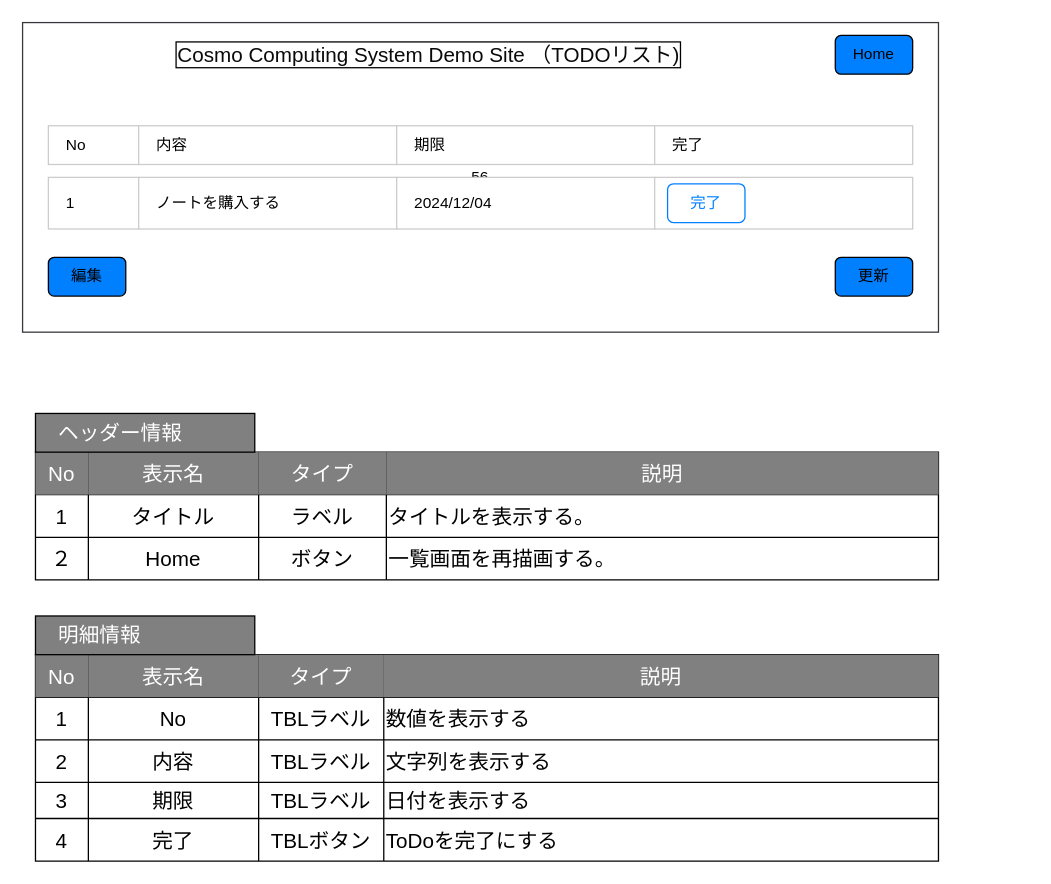
Above: design-document/一覧画面.drawio in next-fire-starter/webdocs (draw.io), before the change. Source tidied: cells renumbered, new cells numbered last; positions are measured from the earlier drawing's top-left corner, leaving out a move shared by most shapes. Both pictures are drawn from the tidied source at 129%, with x=0, y=0 at pixel (22, 22).
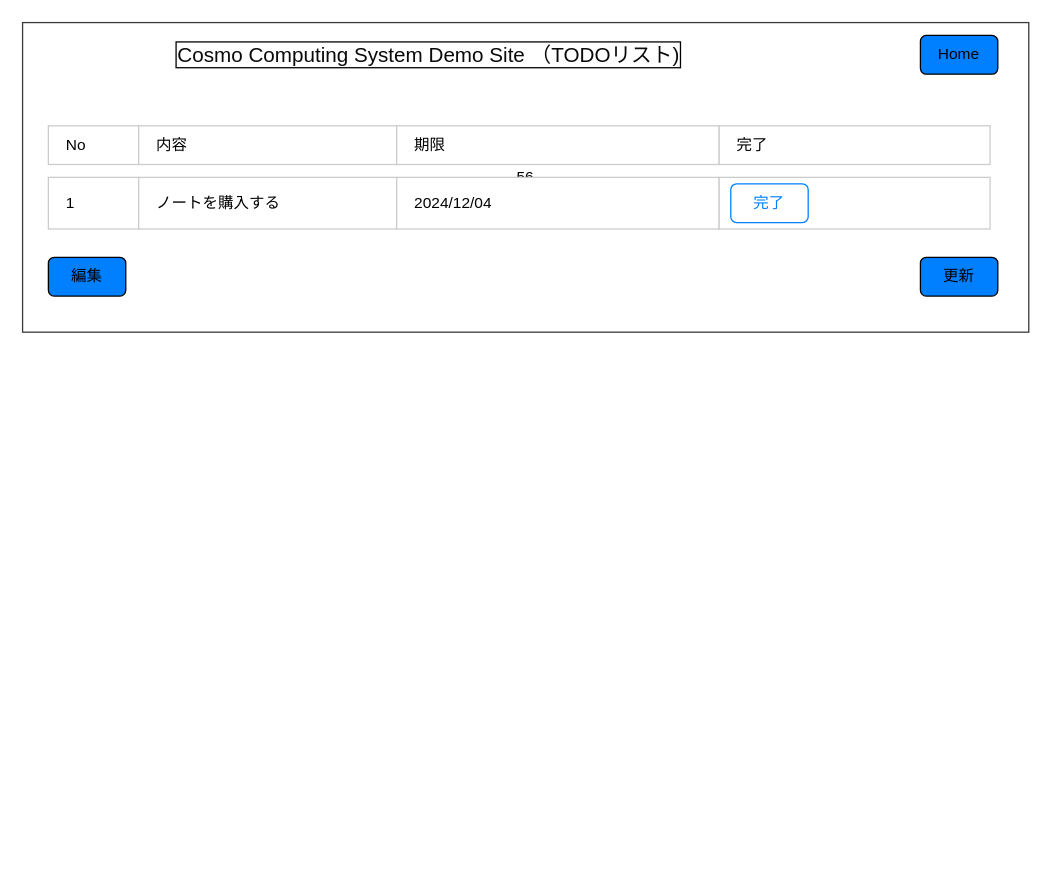
Above is the later version.

The edit, as a diff of the source:
```diff
@@
     <mxCell id="2" value="56" style="rounded=0;whiteSpace=wrap;html=1;fillColor=#FFFFFF;strokeColor=#36393d;" parent="1" vertex="1">
-      <mxGeometry width="710" height="240" as="geometry" />
+      <mxGeometry width="780" height="240" as="geometry" />
     </mxCell>
@@
     <mxCell id="4" value="Home" style="rounded=1;whiteSpace=wrap;html=1;fillColor=#007FFF;" parent="1" vertex="1">
-      <mxGeometry x="630" y="10" width="60" height="30" as="geometry" />
+      <mxGeometry x="696" y="10" width="60" height="30" as="geometry" />
     </mxCell>
@@
     <mxCell id="6" value="　期限" style="rounded=0;whiteSpace=wrap;html=1;align=left;fillColor=#FFFFFF;fontColor=#000000;strokeColor=#CCCCCC;" parent="1" vertex="1">
-      <mxGeometry x="290" y="80" width="200" height="30" as="geometry" />
+      <mxGeometry x="290" y="80" width="250" height="30" as="geometry" />
     </mxCell>
     <mxCell id="7" value="　完了" style="rounded=0;whiteSpace=wrap;html=1;align=left;fillColor=#FFFFFF;fontColor=#000000;strokeColor=#CCCCCC;" parent="1" vertex="1">
-      <mxGeometry x="490" y="80" width="200" height="30" as="geometry" />
+      <mxGeometry x="540" y="80" width="210" height="30" as="geometry" />
     </mxCell>
@@
     <mxCell id="10" value="　2024/12/04" style="rounded=0;whiteSpace=wrap;html=1;align=left;fillColor=#FFFFFF;fontColor=#000000;strokeColor=#CCCCCC;" parent="1" vertex="1">
-      <mxGeometry x="290" y="120" width="200" height="40" as="geometry" />
+      <mxGeometry x="290" y="120" width="250" height="40" as="geometry" />
     </mxCell>
     <mxCell id="11" style="rounded=0;whiteSpace=wrap;html=1;align=left;fillColor=#FFFFFF;fontColor=#000000;strokeColor=#CCCCCC;" parent="1" vertex="1">
-      <mxGeometry x="490" y="120" width="200" height="40" as="geometry" />
+      <mxGeometry x="540" y="120" width="210" height="40" as="geometry" />
     </mxCell>
     <mxCell id="12" value="完了" style="rounded=1;whiteSpace=wrap;html=1;strokeColor=#007FFF;fillColor=#FFFFFF;fontColor=#007FFF;" parent="1" vertex="1">
-      <mxGeometry x="500" y="125" width="60" height="30" as="geometry" />
+      <mxGeometry x="549" y="125" width="60" height="30" as="geometry" />
     </mxCell>
@@
     <mxCell id="14" value="更新" style="rounded=1;whiteSpace=wrap;html=1;fillColor=#007FFF;" parent="1" vertex="1">
-      <mxGeometry x="630" y="182" width="60" height="30" as="geometry" />
+      <mxGeometry x="696" y="182" width="60" height="30" as="geometry" />
     </mxCell>
@@
-    <mxCell id="16" style="shape=table;html=1;whiteSpace=wrap;startSize=0;childLayout=tableLayout;fontSize=16;fillColor=#FFFFFF;strokeColor=#000000;fontColor=#000000;" parent="1" vertex="1">
-      <mxGeometry x="10" y="333" width="700" height="99" as="geometry" />
-    </mxCell>
-    <mxCell id="17" style="shape=tableRow;horizontal=0;startSize=0;swimlaneHead=0;swimlaneBody=0;top=0;left=0;bottom=0;right=0;fillColor=none;fontSize=16;" parent="16" vertex="1">
-      <mxGeometry width="700" height="33" as="geometry" />
-    </mxCell>
-    <mxCell id="18" value="No" style="shape=partialRectangle;html=1;whiteSpace=wrap;fillColor=#808080;top=0;left=0;bottom=0;right=0;overflow=hidden;fontSize=16;fontColor=#ffffff;strokeColor=#001DBC;" parent="17" vertex="1">
-      <mxGeometry width="41" height="33" as="geometry" />
-    </mxCell>
-    <mxCell id="19" value="表示名" style="shape=partialRectangle;html=1;whiteSpace=wrap;fillColor=#808080;top=0;left=0;bottom=0;right=0;overflow=hidden;fontSize=16;fontColor=#ffffff;strokeColor=#001DBC;" parent="17" vertex="1">
-      <mxGeometry x="41" width="132" height="33" as="geometry" />
-    </mxCell>
-    <mxCell id="20" value="タイプ" style="shape=partialRectangle;html=1;whiteSpace=wrap;fillColor=#808080;top=0;left=0;bottom=0;right=0;overflow=hidden;fontSize=16;fontColor=#ffffff;strokeColor=#001DBC;" parent="17" vertex="1">
-      <mxGeometry x="173" width="99" height="33" as="geometry" />
-    </mxCell>
-    <mxCell id="21" value="説明" style="shape=partialRectangle;html=1;whiteSpace=wrap;fillColor=#808080;top=0;left=0;bottom=0;right=0;overflow=hidden;fontSize=16;fontColor=#ffffff;strokeColor=#001DBC;" parent="17" vertex="1">
-      <mxGeometry x="272" width="428" height="33" as="geometry" />
-    </mxCell>
-    <mxCell id="22" style="shape=tableRow;horizontal=0;startSize=0;swimlaneHead=0;swimlaneBody=0;top=0;left=0;bottom=0;right=0;fillColor=none;fontSize=16;" parent="16" vertex="1">
-      <mxGeometry y="33" width="700" height="33" as="geometry" />
-    </mxCell>
-    <mxCell id="23" value="&lt;font&gt;1&lt;/font&gt;" style="shape=partialRectangle;html=1;whiteSpace=wrap;fillColor=none;top=0;left=0;bottom=0;right=0;overflow=hidden;fontSize=16;fontColor=#000000;" parent="22" vertex="1">
-      <mxGeometry width="41" height="33" as="geometry" />
-    </mxCell>
-    <mxCell id="24" value="タイトル" style="shape=partialRectangle;html=1;whiteSpace=wrap;fillColor=none;top=0;left=0;bottom=0;right=0;overflow=hidden;fontSize=16;fontColor=#000000;" parent="22" vertex="1">
-      <mxGeometry x="41" width="132" height="33" as="geometry" />
-    </mxCell>
-    <mxCell id="25" value="ラベル" style="shape=partialRectangle;html=1;whiteSpace=wrap;fillColor=none;top=0;left=0;bottom=0;right=0;overflow=hidden;fontSize=16;fontColor=#000000;" parent="22" vertex="1">
-      <mxGeometry x="173" width="99" height="33" as="geometry" />
-    </mxCell>
-    <mxCell id="26" value="タイトルを表示する。" style="shape=partialRectangle;html=1;whiteSpace=wrap;fillColor=none;top=0;left=0;bottom=0;right=0;overflow=hidden;fontSize=16;fontColor=#000000;align=left;" parent="22" vertex="1">
-      <mxGeometry x="272" width="428" height="33" as="geometry" />
-    </mxCell>
-    <mxCell id="27" style="shape=tableRow;horizontal=0;startSize=0;swimlaneHead=0;swimlaneBody=0;top=0;left=0;bottom=0;right=0;fillColor=none;fontSize=16;" parent="16" vertex="1">
-      <mxGeometry y="66" width="700" height="33" as="geometry" />
-    </mxCell>
-    <mxCell id="28" value="２" style="shape=partialRectangle;html=1;whiteSpace=wrap;fillColor=none;top=0;left=0;bottom=0;right=0;overflow=hidden;fontSize=16;fontColor=#000000;" parent="27" vertex="1">
-      <mxGeometry width="41" height="33" as="geometry" />
-    </mxCell>
-    <mxCell id="29" value="Home" style="shape=partialRectangle;html=1;whiteSpace=wrap;fillColor=none;top=0;left=0;bottom=0;right=0;overflow=hidden;fontSize=16;fontColor=#000000;" parent="27" vertex="1">
-      <mxGeometry x="41" width="132" height="33" as="geometry" />
-    </mxCell>
-    <mxCell id="30" value="ボタン" style="shape=partialRectangle;html=1;whiteSpace=wrap;fillColor=none;top=0;left=0;bottom=0;right=0;overflow=hidden;fontSize=16;fontColor=#000000;" parent="27" vertex="1">
-      <mxGeometry x="173" width="99" height="33" as="geometry" />
-    </mxCell>
-    <mxCell id="31" value="一覧画面を再描画する。" style="shape=partialRectangle;html=1;whiteSpace=wrap;fillColor=none;top=0;left=0;bottom=0;right=0;overflow=hidden;fontSize=16;fontColor=#000000;align=left;" parent="27" vertex="1">
-      <mxGeometry x="272" width="428" height="33" as="geometry" />
-    </mxCell>
-    <mxCell id="32" value="　ヘッダー情報" style="rounded=0;whiteSpace=wrap;html=1;strokeColor=#000000;fillColor=#808080;fontColor=#FFFFFF;align=left;fontSize=16;" parent="1" vertex="1">
-      <mxGeometry x="10" y="303" width="170" height="30" as="geometry" />
-    </mxCell>
-    <mxCell id="33" style="shape=table;html=1;whiteSpace=wrap;startSize=0;childLayout=tableLayout;fontSize=16;fillColor=#FFFFFF;strokeColor=#000000;fontColor=#000000;align=left;" parent="1" vertex="1">
-      <mxGeometry x="10" y="490" width="700" height="160" as="geometry" />
-    </mxCell>
-    <mxCell id="34" style="shape=tableRow;horizontal=0;startSize=0;swimlaneHead=0;swimlaneBody=0;top=0;left=0;bottom=0;right=0;fillColor=none;fontSize=16;" parent="33" vertex="1">
-      <mxGeometry width="700" height="33" as="geometry" />
-    </mxCell>
-    <mxCell id="35" value="No" style="shape=partialRectangle;html=1;whiteSpace=wrap;fillColor=#808080;top=0;left=0;bottom=0;right=0;overflow=hidden;fontSize=16;fontColor=#ffffff;strokeColor=#001DBC;" parent="34" vertex="1">
-      <mxGeometry width="41" height="33" as="geometry" />
-    </mxCell>
-    <mxCell id="36" value="表示名" style="shape=partialRectangle;html=1;whiteSpace=wrap;fillColor=#808080;top=0;left=0;bottom=0;right=0;overflow=hidden;fontSize=16;fontColor=#ffffff;strokeColor=#001DBC;" parent="34" vertex="1">
-      <mxGeometry x="41" width="132" height="33" as="geometry" />
-    </mxCell>
-    <mxCell id="37" value="タイプ" style="shape=partialRectangle;html=1;whiteSpace=wrap;fillColor=#808080;top=0;left=0;bottom=0;right=0;overflow=hidden;fontSize=16;fontColor=#ffffff;strokeColor=#001DBC;" parent="34" vertex="1">
-      <mxGeometry x="173" width="97" height="33" as="geometry" />
-    </mxCell>
-    <mxCell id="38" value="説明" style="shape=partialRectangle;html=1;whiteSpace=wrap;fillColor=#808080;top=0;left=0;bottom=0;right=0;overflow=hidden;fontSize=16;fontColor=#ffffff;strokeColor=#001DBC;" parent="34" vertex="1">
-      <mxGeometry x="270" width="430" height="33" as="geometry" />
-    </mxCell>
-    <mxCell id="39" style="shape=tableRow;horizontal=0;startSize=0;swimlaneHead=0;swimlaneBody=0;top=0;left=0;bottom=0;right=0;fillColor=none;fontSize=16;align=left;" parent="33" vertex="1">
-      <mxGeometry y="33" width="700" height="33" as="geometry" />
-    </mxCell>
-    <mxCell id="40" value="&lt;font color=&quot;#000000&quot;&gt;1&lt;/font&gt;" style="shape=partialRectangle;html=1;whiteSpace=wrap;fillColor=none;top=0;left=0;bottom=0;right=0;overflow=hidden;fontSize=16;" parent="39" vertex="1">
-      <mxGeometry width="41" height="33" as="geometry" />
-    </mxCell>
-    <mxCell id="41" value="No" style="shape=partialRectangle;html=1;whiteSpace=wrap;fillColor=none;top=0;left=0;bottom=0;right=0;overflow=hidden;fontSize=16;fontColor=#000000;" parent="39" vertex="1">
-      <mxGeometry x="41" width="132" height="33" as="geometry" />
-    </mxCell>
-    <mxCell id="42" value="TBLラベル" style="shape=partialRectangle;html=1;whiteSpace=wrap;fillColor=none;top=0;left=0;bottom=0;right=0;overflow=hidden;fontSize=16;fontColor=#000000;" parent="39" vertex="1">
-      <mxGeometry x="173" width="97" height="33" as="geometry" />
-    </mxCell>
-    <mxCell id="43" value="数値を表示する" style="shape=partialRectangle;html=1;whiteSpace=wrap;fillColor=none;top=0;left=0;bottom=0;right=0;overflow=hidden;fontSize=16;fontColor=#000000;align=left;" parent="39" vertex="1">
-      <mxGeometry x="270" width="430" height="33" as="geometry" />
-    </mxCell>
-    <mxCell id="44" style="shape=tableRow;horizontal=0;startSize=0;swimlaneHead=0;swimlaneBody=0;top=0;left=0;bottom=0;right=0;fillColor=none;fontSize=16;" parent="33" vertex="1">
-      <mxGeometry y="66" width="700" height="33" as="geometry" />
-    </mxCell>
-    <mxCell id="45" value="2" style="shape=partialRectangle;html=1;whiteSpace=wrap;fillColor=none;top=0;left=0;bottom=0;right=0;overflow=hidden;fontSize=16;fontColor=#000000;" parent="44" vertex="1">
-      <mxGeometry width="41" height="33" as="geometry" />
-    </mxCell>
-    <mxCell id="46" value="内容" style="shape=partialRectangle;html=1;whiteSpace=wrap;fillColor=none;top=0;left=0;bottom=0;right=0;overflow=hidden;fontSize=16;fontColor=#000000;" parent="44" vertex="1">
-      <mxGeometry x="41" width="132" height="33" as="geometry" />
-    </mxCell>
-    <mxCell id="47" value="TBLラベル" style="shape=partialRectangle;html=1;whiteSpace=wrap;fillColor=none;top=0;left=0;bottom=0;right=0;overflow=hidden;fontSize=16;fontColor=#000000;" parent="44" vertex="1">
-      <mxGeometry x="173" width="97" height="33" as="geometry" />
-    </mxCell>
-    <mxCell id="48" value="文字列を表示する" style="shape=partialRectangle;html=1;whiteSpace=wrap;fillColor=none;top=0;left=0;bottom=0;right=0;overflow=hidden;fontSize=16;fontColor=#000000;align=left;" parent="44" vertex="1">
-      <mxGeometry x="270" width="430" height="33" as="geometry" />
-    </mxCell>
-    <mxCell id="49" style="shape=tableRow;horizontal=0;startSize=0;swimlaneHead=0;swimlaneBody=0;top=0;left=0;bottom=0;right=0;fillColor=none;fontSize=16;" parent="33" vertex="1">
-      <mxGeometry y="99" width="700" height="28" as="geometry" />
-    </mxCell>
-    <mxCell id="50" value="3" style="shape=partialRectangle;html=1;whiteSpace=wrap;fillColor=none;top=0;left=0;bottom=0;right=0;overflow=hidden;fontSize=16;fontColor=#000000;" parent="49" vertex="1">
-      <mxGeometry width="41" height="28" as="geometry" />
-    </mxCell>
-    <mxCell id="51" value="期限" style="shape=partialRectangle;html=1;whiteSpace=wrap;fillColor=none;top=0;left=0;bottom=0;right=0;overflow=hidden;fontSize=16;fontColor=#000000;" parent="49" vertex="1">
-      <mxGeometry x="41" width="132" height="28" as="geometry" />
-    </mxCell>
-    <mxCell id="52" value="TBLラベル" style="shape=partialRectangle;html=1;whiteSpace=wrap;fillColor=none;top=0;left=0;bottom=0;right=0;overflow=hidden;fontSize=16;fontColor=#000000;" parent="49" vertex="1">
-      <mxGeometry x="173" width="97" height="28" as="geometry" />
-    </mxCell>
-    <mxCell id="53" value="日付を表示する" style="shape=partialRectangle;html=1;whiteSpace=wrap;fillColor=none;top=0;left=0;bottom=0;right=0;overflow=hidden;fontSize=16;fontColor=#000000;align=left;" parent="49" vertex="1">
-      <mxGeometry x="270" width="430" height="28" as="geometry" />
-    </mxCell>
-    <mxCell id="54" style="shape=tableRow;horizontal=0;startSize=0;swimlaneHead=0;swimlaneBody=0;top=0;left=0;bottom=0;right=0;fillColor=none;fontSize=16;" parent="33" vertex="1">
-      <mxGeometry y="127" width="700" height="33" as="geometry" />
-    </mxCell>
-    <mxCell id="55" value="4" style="shape=partialRectangle;html=1;whiteSpace=wrap;fillColor=none;top=0;left=0;bottom=0;right=0;overflow=hidden;fontSize=16;fontColor=#000000;" parent="54" vertex="1">
-      <mxGeometry width="41" height="33" as="geometry" />
-    </mxCell>
-    <mxCell id="56" value="完了" style="shape=partialRectangle;html=1;whiteSpace=wrap;fillColor=none;top=0;left=0;bottom=0;right=0;overflow=hidden;fontSize=16;fontColor=#000000;" parent="54" vertex="1">
-      <mxGeometry x="41" width="132" height="33" as="geometry" />
-    </mxCell>
-    <mxCell id="57" value="TBLボタン" style="shape=partialRectangle;html=1;whiteSpace=wrap;fillColor=none;top=0;left=0;bottom=0;right=0;overflow=hidden;fontSize=16;fontColor=#000000;" parent="54" vertex="1">
-      <mxGeometry x="173" width="97" height="33" as="geometry" />
-    </mxCell>
-    <mxCell id="58" value="ToDoを完了にする" style="shape=partialRectangle;html=1;whiteSpace=wrap;fillColor=none;top=0;left=0;bottom=0;right=0;overflow=hidden;fontSize=16;fontColor=#000000;align=left;" parent="54" vertex="1">
-      <mxGeometry x="270" width="430" height="33" as="geometry" />
-    </mxCell>
-    <mxCell id="59" value="　明細情報" style="rounded=0;whiteSpace=wrap;html=1;strokeColor=#000000;fillColor=#808080;fontColor=#FFFFFF;align=left;fontSize=16;" parent="1" vertex="1">
-      <mxGeometry x="10" y="460" width="170" height="30" as="geometry" />
-    </mxCell>
```
